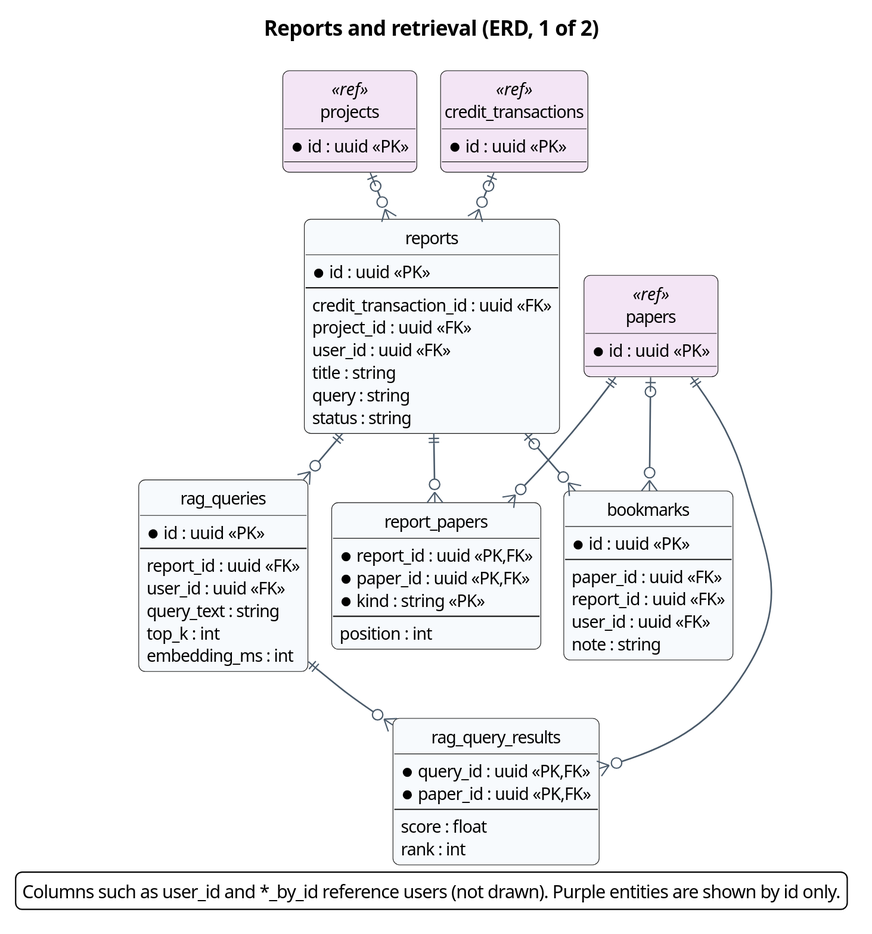
Before: docs/diagrams/report4/R4_ERD_research_a.svg, a diagram exported from PlantUML (Khoa-Hoa-Technology-Solution-Company/lumi-gap).
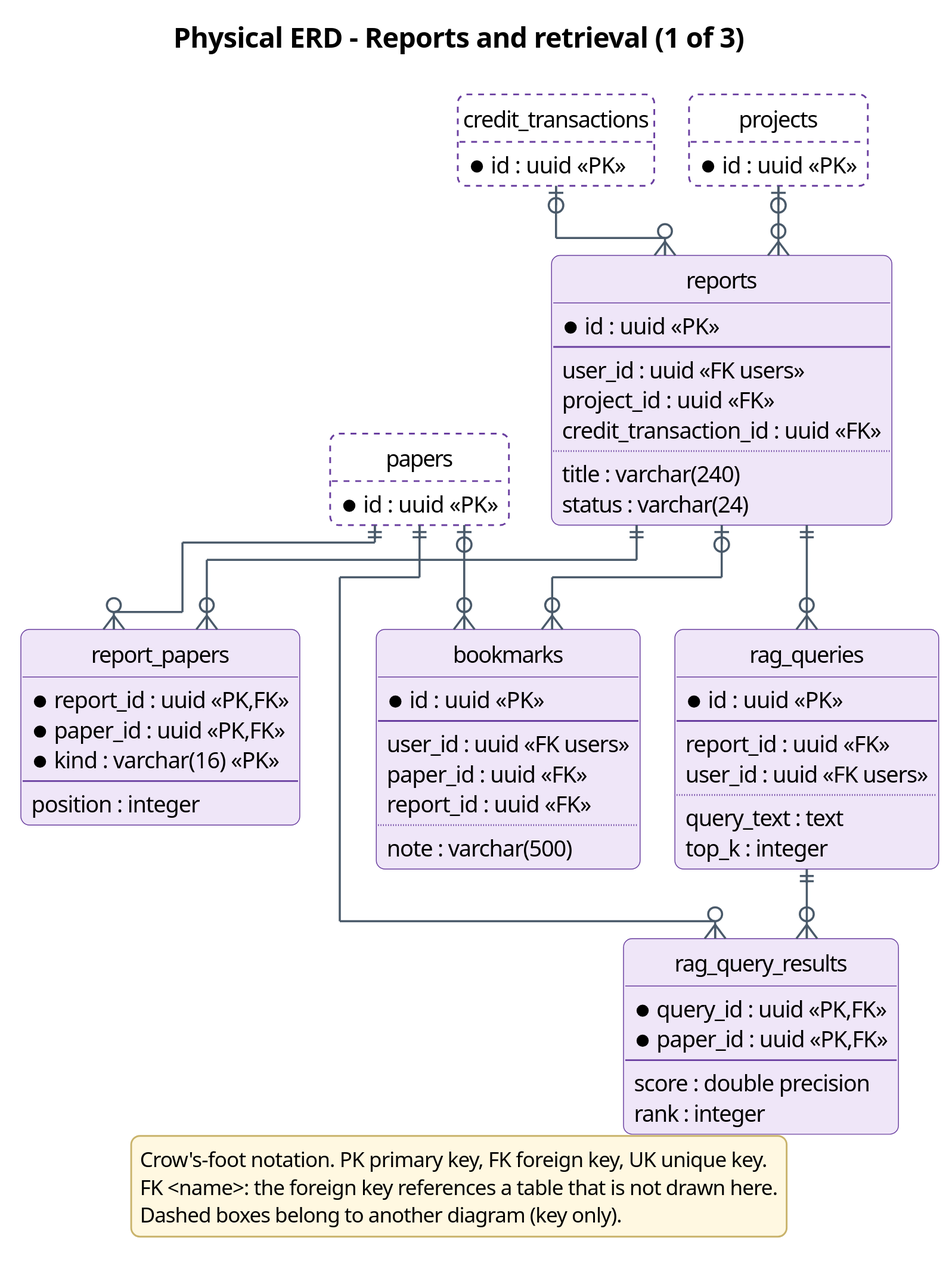
After the commit.

What changed in the source:
```diff
@@ -1,75 +1,79 @@
 @startuml
-!pragma layout smetana
-skinparam dpi 150
+!pragma layout elk
+skinparam dpi 200
 skinparam defaultFontName "Segoe UI"
 skinparam defaultFontSize 13
 skinparam shadowing false
 skinparam roundCorner 10
+skinparam backgroundColor #FFFFFF
 skinparam ArrowColor #4A5A6A
 skinparam ArrowThickness 1.2
-skinparam BorderColor #2F6DB5
-skinparam BackgroundColor #FFFFFF
+skinparam ArrowFontSize 12
+skinparam ArrowFontColor #4A5A6A
 skinparam TitleFontSize 16
 skinparam TitleFontStyle bold
 skinparam entity {
-  BackgroundColor #F7FAFD
-  BorderColor #2F6DB5
+  BackgroundColor #EFE6F8
+  BorderColor #6A3FA0
 }
-skinparam entity<<ref>> {
-  BackgroundColor #F3E5F5
-  BorderColor #7B1FA2
+skinparam legend {
+  BackgroundColor #FFF8E1
+  BorderColor #C9B36B
+  FontSize 12
 }
-skinparam linetype ortho
+skinparam stereotypeFontSize 10
 hide circle
-title Reports and retrieval (ERD, 1 of 2)
-entity reports #F7FAFD {
+hide empty methods
+title Physical ERD - Reports and retrieval (1 of 3)
+entity reports #EFE6F8;line:6A3FA0 {
   * id : uuid <<PK>>
   --
+  user_id : uuid <<FK users>>
+  project_id : uuid <<FK>>
   credit_transaction_id : uuid <<FK>>
-  project_id : uuid <<FK>>
-  user_id : uuid <<FK>>
-  title : string
-  query : string
-  status : string
+  ..
+  title : varchar(240)
+  status : varchar(24)
 }
-entity report_papers #F7FAFD {
+entity report_papers #EFE6F8;line:6A3FA0 {
   * report_id : uuid <<PK,FK>>
   * paper_id : uuid <<PK,FK>>
-  * kind : string <<PK>>
+  * kind : varchar(16) <<PK>>
   --
-  position : int
+  position : integer
 }
-entity rag_queries #F7FAFD {
+entity rag_queries #EFE6F8;line:6A3FA0 {
   * id : uuid <<PK>>
   --
   report_id : uuid <<FK>>
-  user_id : uuid <<FK>>
-  query_text : string
-  top_k : int
-  embedding_ms : int
+  user_id : uuid <<FK users>>
+  ..
+  query_text : text
+  top_k : integer
 }
-entity rag_query_results #F7FAFD {
+entity rag_query_results #EFE6F8;line:6A3FA0 {
   * query_id : uuid <<PK,FK>>
   * paper_id : uuid <<PK,FK>>
   --
-  score : float
-  rank : int
+  score : double precision
+  rank : integer
 }
-entity bookmarks #F7FAFD {
+entity bookmarks #EFE6F8;line:6A3FA0 {
   * id : uuid <<PK>>
   --
+  user_id : uuid <<FK users>>
   paper_id : uuid <<FK>>
   report_id : uuid <<FK>>
-  user_id : uuid <<FK>>
-  note : string
+  ..
+  note : varchar(500)
 }
-entity papers <<ref>> #F3E5F5 {
+entity papers #FFFFFF;line:6A3FA0;line.dashed {
   * id : uuid <<PK>>
 }
-entity projects <<ref>> #F3E5F5 {
+entity projects #FFFFFF;line:6A3FA0;line.dashed {
   * id : uuid <<PK>>
 }
-entity credit_transactions <<ref>> #F3E5F5 {
+entity credit_transactions #FFFFFF;line:6A3FA0;line.dashed {
   * id : uuid <<PK>>
 }
 credit_transactions |o--o{ reports
@@ -82,6 +86,8 @@
 reports ||--o{ rag_queries
 reports ||--o{ report_papers
 legend bottom
-Columns such as user_id and *_by_id reference users (not drawn). Purple entities are shown by id only.
+Crow's-foot notation. PK primary key, FK foreign key, UK unique key.
+FK <name>: the foreign key references a table that is not drawn here.
+Dashed boxes belong to another diagram (key only).
 endlegend
 @enduml
```
